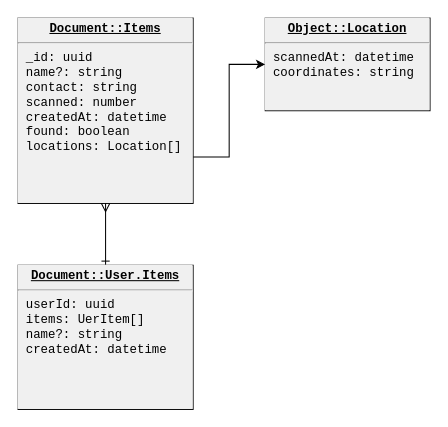
Earlier version of the draw.io diagram docs/mat-do-datamodel.drawio (vanister/mat-do). Source tidied: cells renumbered, new cells numbered last; positions are measured from the earlier drawing's top-left corner, leaving out a move shared by most shapes. Both pictures are drawn from the tidied source at 103%, with x=0, y=0 at pixel (18, 18).
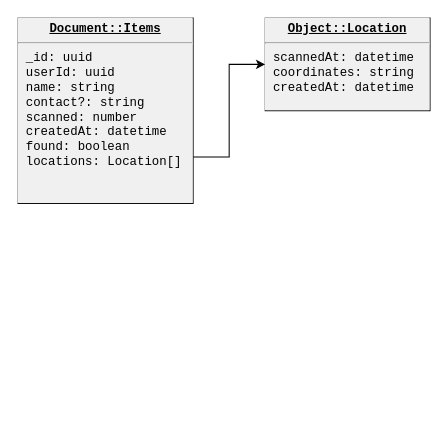
The same page after the edit.

What changed in the source:
```diff
@@
 <mxGraphModel>
   <root>
     <mxCell id="0" />
     <mxCell id="1" parent="0" />
-    <mxCell id="2" value="&lt;p style=&quot;margin:0px;margin-top:4px;text-align:center;text-decoration:underline;&quot;&gt;&lt;b&gt;Object::Location&lt;/b&gt;&lt;/p&gt;&lt;hr&gt;&lt;p style=&quot;margin:0px;margin-left:8px;&quot;&gt;scannedAt: datetime&lt;br&gt;coordinates: string&lt;/p&gt;" style="verticalAlign=top;align=left;overflow=fill;fontSize=12;fontFamily=Courier New;html=1;fontColor=#000000;fillColor=default;labelBackgroundColor=#F0F0F0;" parent="1" vertex="1">
+    <mxCell id="2" value="&lt;p style=&quot;margin: 0px ; margin-top: 4px ; text-align: center ; text-decoration: underline&quot;&gt;&lt;b&gt;Object::Location&lt;/b&gt;&lt;/p&gt;&lt;hr&gt;&lt;p style=&quot;margin: 0px ; margin-left: 8px&quot;&gt;scannedAt: datetime&lt;br&gt;coordinates: string&lt;/p&gt;&lt;p style=&quot;margin: 0px ; margin-left: 8px&quot;&gt;createdAt: datetime&lt;/p&gt;" style="verticalAlign=top;align=left;overflow=fill;fontSize=12;fontFamily=Courier New;html=1;fontColor=#000000;fillColor=default;labelBackgroundColor=#F0F0F0;" parent="1" vertex="1">
       <mxGeometry x="240" width="160" height="90" as="geometry" />
     </mxCell>
     <mxCell id="3" style="edgeStyle=orthogonalEdgeStyle;rounded=0;jettySize=auto;html=1;exitX=1;exitY=0.75;exitDx=0;exitDy=0;fontFamily=Courier New;fontSize=12;fontColor=#000000;" parent="1" edge="1" source="4" target="2">
       <mxGeometry relative="1" as="geometry" />
     </mxCell>
-    <mxCell id="4" value="&lt;p style=&quot;margin:0px;margin-top:4px;text-align:center;text-decoration:underline;&quot;&gt;&lt;b&gt;Document::Items&lt;/b&gt;&lt;/p&gt;&lt;hr&gt;&lt;p style=&quot;margin:0px;margin-left:8px;&quot;&gt;_id: uuid&lt;br&gt;&lt;/p&gt;&lt;p style=&quot;margin:0px;margin-left:8px;&quot;&gt;name?: string&lt;/p&gt;&lt;p style=&quot;margin:0px;margin-left:8px;&quot;&gt;contact: string&lt;/p&gt;&lt;p style=&quot;margin:0px;margin-left:8px;&quot;&gt;scanned: number&lt;/p&gt;&lt;p style=&quot;margin:0px;margin-left:8px;&quot;&gt;createdAt: datetime&lt;/p&gt;&lt;p style=&quot;margin:0px;margin-left:8px;&quot;&gt;found: boolean&lt;/p&gt;&lt;p style=&quot;margin:0px;margin-left:8px;&quot;&gt;locations: Location[]&lt;/p&gt;" style="verticalAlign=top;align=left;overflow=fill;fontSize=12;fontFamily=Courier New;html=1;labelBackgroundColor=#F0F0F0;fontColor=#000000;fillColor=default;" parent="1" vertex="1">
+    <mxCell id="4" value="&lt;p style=&quot;margin: 0px ; margin-top: 4px ; text-align: center ; text-decoration: underline&quot;&gt;&lt;b&gt;Document::Items&lt;/b&gt;&lt;/p&gt;&lt;hr&gt;&lt;p style=&quot;margin: 0px ; margin-left: 8px&quot;&gt;_id: uuid&lt;br&gt;&lt;/p&gt;&lt;p style=&quot;margin: 0px ; margin-left: 8px&quot;&gt;userId: uuid&lt;/p&gt;&lt;p style=&quot;margin: 0px ; margin-left: 8px&quot;&gt;name: string&lt;/p&gt;&lt;p style=&quot;margin: 0px ; margin-left: 8px&quot;&gt;contact?: string&lt;/p&gt;&lt;p style=&quot;margin: 0px ; margin-left: 8px&quot;&gt;scanned: number&lt;/p&gt;&lt;p style=&quot;margin: 0px ; margin-left: 8px&quot;&gt;createdAt: datetime&lt;/p&gt;&lt;p style=&quot;margin: 0px ; margin-left: 8px&quot;&gt;found: boolean&lt;/p&gt;&lt;p style=&quot;margin: 0px ; margin-left: 8px&quot;&gt;locations: Location[]&lt;/p&gt;" style="verticalAlign=top;align=left;overflow=fill;fontSize=12;fontFamily=Courier New;html=1;labelBackgroundColor=#F0F0F0;fontColor=#000000;fillColor=default;" parent="1" vertex="1">
       <mxGeometry width="170" height="180" as="geometry" />
     </mxCell>
-    <mxCell id="5" style="edgeStyle=orthogonalEdgeStyle;rounded=0;jettySize=auto;html=1;exitX=0.5;exitY=0;exitDx=0;exitDy=0;entryX=0.5;entryY=1;entryDx=0;entryDy=0;fontFamily=Courier New;fontSize=12;fontColor=#000000;startArrow=ERone;startFill=0;endArrow=ERmany;endFill=0;" parent="1" edge="1" source="6" target="4">
-      <mxGeometry relative="1" as="geometry" />
-    </mxCell>
-    <mxCell id="6" value="&lt;p style=&quot;margin: 0px ; margin-top: 4px ; text-align: center ; text-decoration: underline&quot;&gt;&lt;b&gt;Document::User.Items&lt;/b&gt;&lt;/p&gt;&lt;hr&gt;&lt;p style=&quot;margin: 0px ; margin-left: 8px&quot;&gt;userId: uuid&lt;br&gt;items: UerItem[]&lt;/p&gt;&lt;p style=&quot;margin: 0px ; margin-left: 8px&quot;&gt;name?: string&lt;/p&gt;&lt;p style=&quot;margin: 0px ; margin-left: 8px&quot;&gt;createdAt: datetime&lt;/p&gt;&lt;p style=&quot;margin: 0px ; margin-left: 8px&quot;&gt;&lt;br&gt;&lt;/p&gt;" style="verticalAlign=top;align=left;overflow=fill;fontSize=12;fontFamily=Courier New;html=1;fontColor=#000000;fillColor=default;labelBackgroundColor=#F0F0F0;" parent="1" vertex="1">
-      <mxGeometry y="240" width="170" height="140" as="geometry" />
-    </mxCell>
   </root>
 </mxGraphModel>
```
